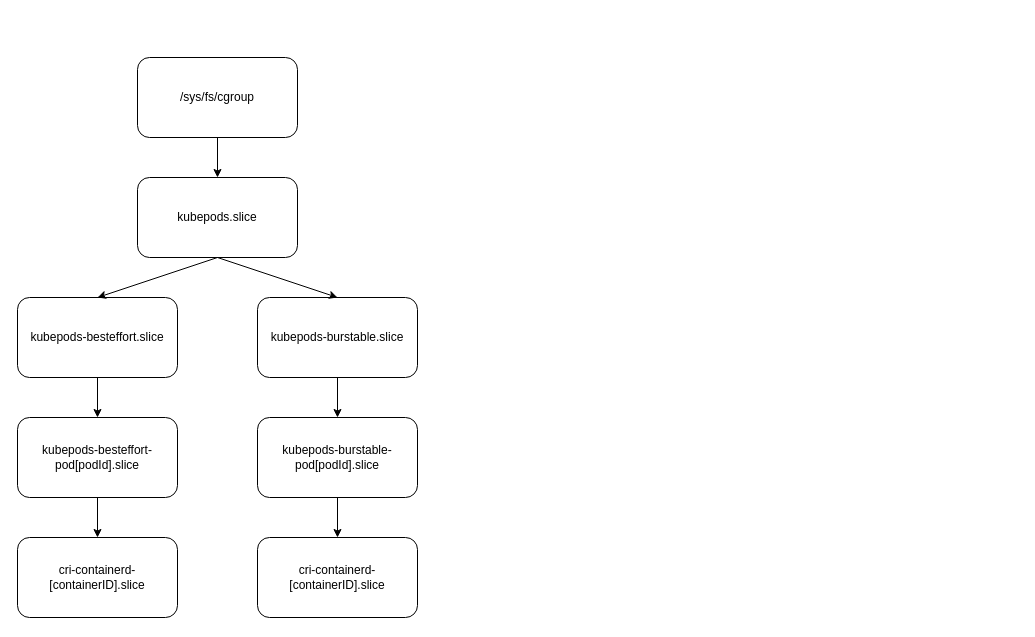
YanshanSong/draw.io keeps this draw.io diagram as cgroup-hierarchy.drawio. Above is the earlier version. Source tidied: cells renumbered, new cells numbered last; positions are measured from the earlier drawing's top-left corner, leaving out a move shared by most shapes. Both pictures are drawn from the tidied source at 100%, with x=0, y=0 at pixel (17, 57).
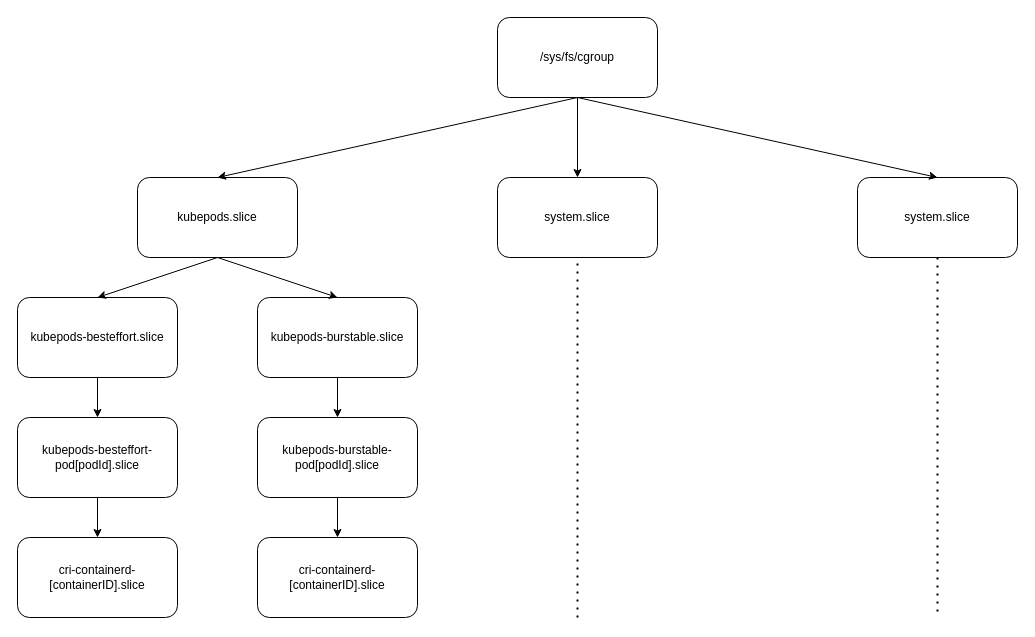
After the change.

What changed in the source:
```diff
@@
     <mxCell id="2" value="/sys/fs/cgroup" style="rounded=1;whiteSpace=wrap;html=1;" parent="1" vertex="1">
-      <mxGeometry x="120" width="160" height="80" as="geometry" />
+      <mxGeometry x="480" y="-40" width="160" height="80" as="geometry" />
     </mxCell>
@@
+    <mxCell id="17" value="system.slice" style="rounded=1;whiteSpace=wrap;html=1;" parent="1" vertex="1">
+      <mxGeometry x="480" y="120" width="160" height="80" as="geometry" />
+    </mxCell>
+    <mxCell id="18" style="endArrow=classic;html=1;rounded=0;exitX=0.5;exitY=1;exitDx=0;exitDy=0;" parent="1" edge="1" source="2" target="17">
+      <mxGeometry relative="1" as="geometry" />
+    </mxCell>
+    <mxCell id="19" value="system.slice" style="rounded=1;whiteSpace=wrap;html=1;" parent="1" vertex="1">
+      <mxGeometry x="840" y="120" width="160" height="80" as="geometry" />
+    </mxCell>
+    <mxCell id="20" style="endArrow=classic;html=1;rounded=0;exitX=0.5;exitY=1;exitDx=0;exitDy=0;entryX=0.5;entryY=0;entryDx=0;entryDy=0;" parent="1" edge="1" source="2" target="19">
+      <mxGeometry relative="1" as="geometry" />
+    </mxCell>
+    <mxCell id="21" style="endArrow=none;dashed=1;html=1;dashPattern=1 3;strokeWidth=2;rounded=0;entryX=0.5;entryY=1;entryDx=0;entryDy=0;" parent="1" edge="1" target="17">
+      <mxGeometry relative="1" as="geometry">
+        <mxPoint x="560" y="560" as="sourcePoint" />
+      </mxGeometry>
+    </mxCell>
+    <mxCell id="22" style="endArrow=none;dashed=1;html=1;dashPattern=1 3;strokeWidth=2;rounded=0;exitX=0.5;exitY=1;exitDx=0;exitDy=0;" parent="1" edge="1" source="19">
+      <mxGeometry relative="1" as="geometry">
+        <mxPoint x="920" y="560" as="targetPoint" />
+      </mxGeometry>
+    </mxCell>
```
